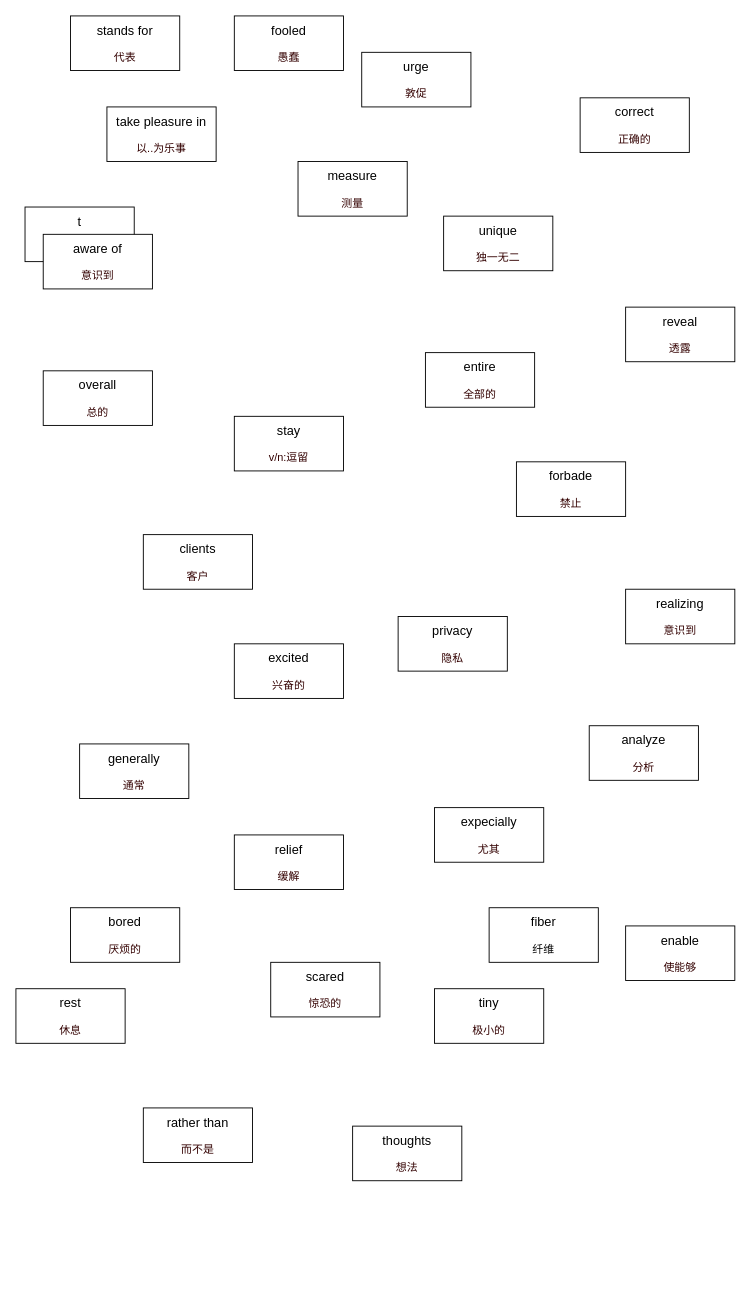
Above: ocean.drawio in banBlue/drawio (draw.io), before the change. Source tidied: cells renumbered, new cells numbered last; positions are measured from the earlier drawing's top-left corner, leaving out a move shared by most shapes. Both pictures are drawn from the tidied source at 91%, with x=0, y=0 at pixel (15, 15).
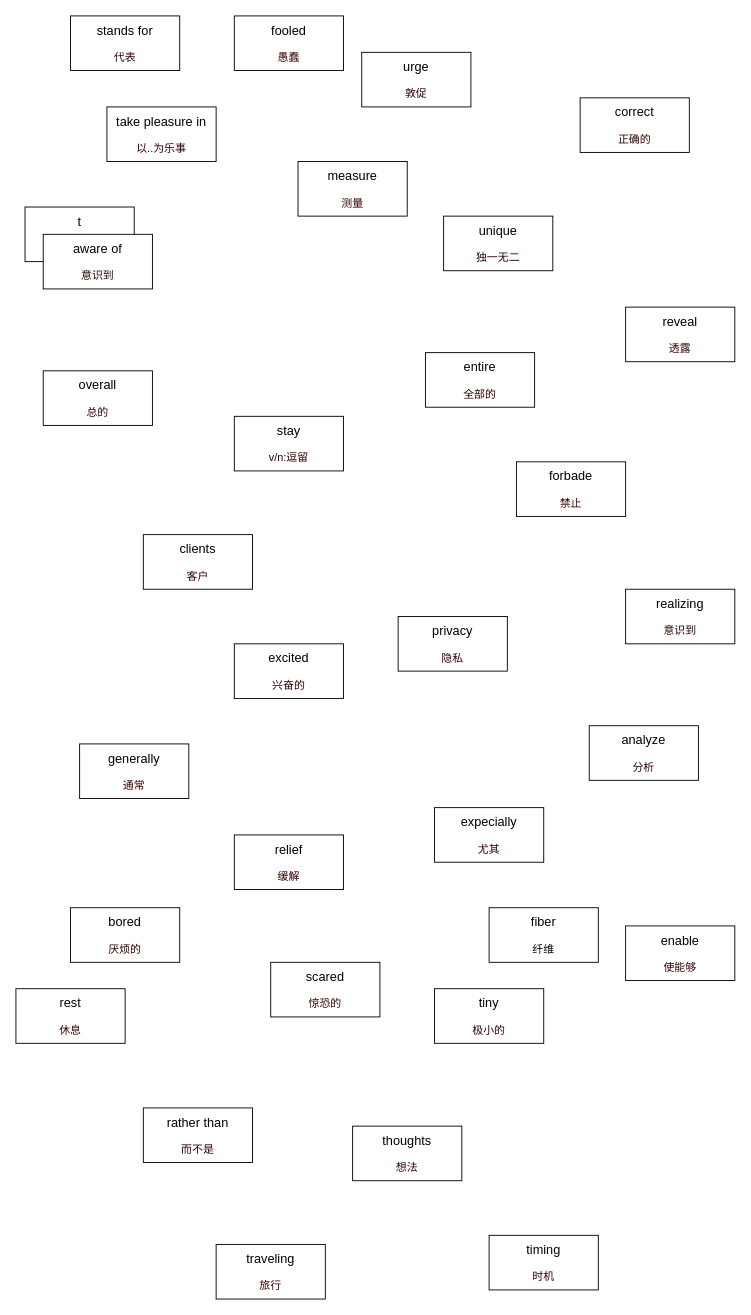
Above is the later version.

What changed in the source:
```diff
@@
+    <mxCell id="32" value="&lt;font style=&quot;font-size: 14px&quot;&gt;timing&lt;br&gt;&lt;/font&gt;&lt;font color=&quot;#330000&quot;&gt;&lt;br&gt;时机&lt;br&gt;&lt;/font&gt;" style="rounded=0;whiteSpace=wrap;html=1;" parent="1" vertex="1">
+      <mxGeometry x="520" y="1340" width="120" height="60" as="geometry" />
+    </mxCell>
+    <mxCell id="33" value="&lt;font style=&quot;font-size: 14px&quot;&gt;traveling&lt;br&gt;&lt;/font&gt;&lt;br&gt;&lt;font color=&quot;#330000&quot;&gt;旅行&lt;/font&gt;" style="rounded=0;whiteSpace=wrap;html=1;" parent="1" vertex="1">
+      <mxGeometry x="220" y="1350" width="120" height="60" as="geometry" />
+    </mxCell>
```
